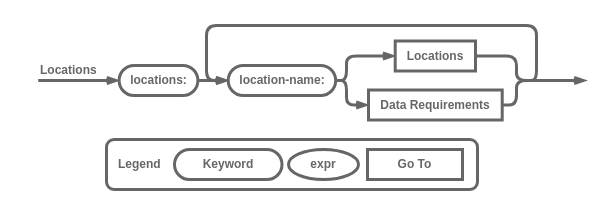
Earlier version of the draw.io diagram 3. Proyecto/metamodel/Railroad Locations Alt.drawio (MrDahaniel/StarDuck). Source tidied: cells renumbered, new cells numbered last; positions are measured from the earlier drawing's top-left corner, leaving out a move shared by most shapes. Both pictures are drawn from the tidied source at 100%, with x=0, y=0 at pixel (38, 25).
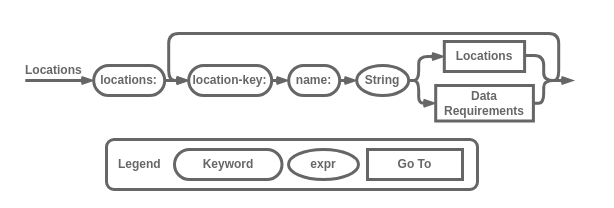
The same diagram, later.

Diff of the diagram source:
```diff
@@
-    <mxCell id="2" style="edgeStyle=orthogonalEdgeStyle;shape=connector;curved=0;rounded=0;jettySize=auto;html=1;exitX=0;exitY=0.5;exitDx=0;exitDy=0;labelBackgroundColor=default;strokeColor=#666666;strokeWidth=3;align=center;verticalAlign=middle;fontFamily=Helvetica;fontSize=11;fontColor=default;endArrow=none;endFill=0;startArrow=openThin;startFill=0;" parent="1" edge="1" source="3">
-      <mxGeometry relative="1" as="geometry">
-        <mxPoint x="-0.3" y="55" as="targetPoint" />
-      </mxGeometry>
-    </mxCell>
-    <mxCell id="3" value="&lt;b style=&quot;border-color: var(--border-color);&quot;&gt;&lt;font style=&quot;border-color: var(--border-color);&quot; color=&quot;#666666&quot;&gt;locations:&lt;/font&gt;&lt;/b&gt;" style="rounded=1;whiteSpace=wrap;html=1;strokeColor=#666666;fontFamily=Helvetica;fontSize=12;fontColor=#143642;fillColor=#ffffff;arcSize=50;fontStyle=0;shadow=0;labelBackgroundColor=none;align=center;verticalAlign=middle;strokeWidth=3;" parent="1" vertex="1">
-      <mxGeometry x="80.6" y="40" width="78.8" height="30" as="geometry" />
-    </mxCell>
-    <mxCell id="4" value="&lt;font size=&quot;1&quot; color=&quot;#666666&quot;&gt;&lt;b style=&quot;font-size: 12px;&quot;&gt;Locations&lt;/b&gt;&lt;/font&gt;" style="text;html=1;strokeColor=none;fillColor=none;align=left;verticalAlign=middle;whiteSpace=wrap;rounded=0;fontSize=11;fontFamily=Helvetica;fontColor=#333333;" parent="1" vertex="1">
-      <mxGeometry x="0.4" y="30" width="60" height="30" as="geometry" />
-    </mxCell>
@@
+    <mxCell id="2" style="edgeStyle=orthogonalEdgeStyle;shape=connector;curved=0;rounded=0;jettySize=auto;html=1;exitX=0;exitY=0.5;exitDx=0;exitDy=0;labelBackgroundColor=default;strokeColor=#666666;strokeWidth=3;align=center;verticalAlign=middle;fontFamily=Helvetica;fontSize=11;fontColor=default;endArrow=none;endFill=0;startArrow=openThin;startFill=0;" parent="1" edge="1" source="3">
+      <mxGeometry relative="1" as="geometry">
+        <mxPoint x="-13.2" y="55" as="targetPoint" />
+      </mxGeometry>
+    </mxCell>
+    <mxCell id="3" value="&lt;b style=&quot;border-color: var(--border-color);&quot;&gt;&lt;font style=&quot;border-color: var(--border-color);&quot; color=&quot;#666666&quot;&gt;locations:&lt;/font&gt;&lt;/b&gt;" style="rounded=1;whiteSpace=wrap;html=1;strokeColor=#666666;fontFamily=Helvetica;fontSize=12;fontColor=#143642;fillColor=#ffffff;arcSize=50;fontStyle=0;shadow=0;labelBackgroundColor=none;align=center;verticalAlign=middle;strokeWidth=3;" parent="1" vertex="1">
+      <mxGeometry x="55.2" y="40" width="71" height="30" as="geometry" />
+    </mxCell>
+    <mxCell id="4" value="&lt;font size=&quot;1&quot; color=&quot;#666666&quot;&gt;&lt;b style=&quot;font-size: 12px;&quot;&gt;Locations&lt;/b&gt;&lt;/font&gt;" style="text;html=1;strokeColor=none;fillColor=none;align=left;verticalAlign=middle;whiteSpace=wrap;rounded=0;fontSize=11;fontFamily=Helvetica;fontColor=#333333;" parent="1" vertex="1">
+      <mxGeometry x="-15" y="30" width="60" height="30" as="geometry" />
+    </mxCell>
-    <mxCell id="10" style="edgeStyle=orthogonalEdgeStyle;shape=connector;curved=0;rounded=1;jettySize=auto;html=1;exitX=1;exitY=0.5;exitDx=0;exitDy=0;labelBackgroundColor=default;strokeColor=#666666;strokeWidth=3;align=center;verticalAlign=middle;fontFamily=Helvetica;fontSize=11;fontColor=default;startArrow=none;startFill=0;endArrow=none;endFill=0;" parent="1" edge="1" source="17">
+    <mxCell id="10" style="edgeStyle=orthogonalEdgeStyle;shape=connector;curved=0;rounded=1;jettySize=auto;html=1;labelBackgroundColor=default;strokeColor=#666666;strokeWidth=3;align=center;verticalAlign=middle;fontFamily=Helvetica;fontSize=11;fontColor=default;startArrow=none;startFill=0;endArrow=none;endFill=0;" parent="1" edge="1" source="17">
       <mxGeometry relative="1" as="geometry">
-        <mxPoint x="518" y="55" as="targetPoint" />
+        <mxPoint x="525.2" y="55" as="targetPoint" />
         <Array as="points">
-          <mxPoint x="478" y="31" />
-          <mxPoint x="478" y="55" />
+          <mxPoint x="505.2" y="30" />
+          <mxPoint x="505.2" y="55" />
         </Array>
       </mxGeometry>
     </mxCell>
-    <mxCell id="11" style="edgeStyle=orthogonalEdgeStyle;shape=connector;curved=0;rounded=1;jettySize=auto;html=1;exitX=1;exitY=0.5;exitDx=0;exitDy=0;entryX=0;entryY=0.5;entryDx=0;entryDy=0;labelBackgroundColor=default;strokeColor=#666666;strokeWidth=3;align=center;verticalAlign=middle;fontFamily=Helvetica;fontSize=11;fontColor=default;startArrow=none;startFill=0;endArrow=openThin;endFill=0;" parent="1" edge="1" source="12" target="17">
-      <mxGeometry relative="1" as="geometry">
-        <Array as="points">
-          <mxPoint x="308" y="55" />
-          <mxPoint x="308" y="30" />
-          <mxPoint x="357" y="30" />
-        </Array>
-      </mxGeometry>
-    </mxCell>
-    <mxCell id="12" value="&lt;p&gt;&lt;font color=&quot;#666666&quot;&gt;&lt;b&gt;location-name:&lt;/b&gt;&lt;/font&gt;&lt;/p&gt;" style="rounded=1;whiteSpace=wrap;html=1;arcSize=50;fontStyle=0;fillColor=#ffffff;strokeColor=#666666;labelBackgroundColor=none;fontColor=#143642;strokeWidth=3;" parent="1" vertex="1">
-      <mxGeometry x="189.7" y="40" width="107.5" height="30" as="geometry" />
+    <mxCell id="12" value="&lt;p&gt;&lt;font color=&quot;#666666&quot;&gt;&lt;b&gt;location-key:&lt;/b&gt;&lt;/font&gt;&lt;/p&gt;" style="rounded=1;whiteSpace=wrap;html=1;arcSize=50;fontStyle=0;fillColor=#ffffff;strokeColor=#666666;labelBackgroundColor=none;fontColor=#143642;strokeWidth=3;" parent="1" vertex="1">
+      <mxGeometry x="150.2" y="40" width="83" height="30" as="geometry" />
     </mxCell>
     <mxCell id="13" style="edgeStyle=orthogonalEdgeStyle;shape=connector;curved=0;rounded=0;jettySize=auto;html=1;labelBackgroundColor=default;strokeColor=#666666;strokeWidth=3;align=center;verticalAlign=middle;fontFamily=Helvetica;fontSize=11;fontColor=default;startArrow=none;startFill=0;endArrow=openThin;endFill=0;" parent="1" edge="1" source="3" target="12">
       <mxGeometry relative="1" as="geometry">
         <Array as="points">
-          <mxPoint x="168" y="55" />
-          <mxPoint x="168" y="55" />
+          <mxPoint x="155.2" y="55" />
+          <mxPoint x="155.2" y="55" />
         </Array>
       </mxGeometry>
     </mxCell>
     <mxCell id="14" style="edgeStyle=orthogonalEdgeStyle;shape=connector;curved=0;rounded=1;jettySize=auto;html=1;exitX=1;exitY=0.5;exitDx=0;exitDy=0;labelBackgroundColor=default;strokeColor=#666666;strokeWidth=3;align=center;verticalAlign=middle;fontFamily=Helvetica;fontSize=11;fontColor=default;startArrow=none;startFill=0;endArrow=openThin;endFill=0;" parent="1" edge="1" source="18">
       <mxGeometry relative="1" as="geometry">
-        <mxPoint x="548" y="55" as="targetPoint" />
+        <mxPoint x="535.2" y="55" as="targetPoint" />
         <Array as="points">
-          <mxPoint x="478" y="80" />
-          <mxPoint x="478" y="55" />
+          <mxPoint x="505.2" y="78" />
+          <mxPoint x="505.2" y="55" />
         </Array>
       </mxGeometry>
     </mxCell>
-    <mxCell id="15" style="edgeStyle=orthogonalEdgeStyle;shape=connector;curved=0;rounded=1;jettySize=auto;html=1;exitX=1;exitY=0.5;exitDx=0;exitDy=0;entryX=0;entryY=0.5;entryDx=0;entryDy=0;labelBackgroundColor=default;strokeColor=#666666;strokeWidth=3;align=center;verticalAlign=middle;fontFamily=Helvetica;fontSize=11;fontColor=default;startArrow=none;startFill=0;endArrow=openThin;endFill=0;" parent="1" edge="1" source="12" target="18">
-      <mxGeometry relative="1" as="geometry">
-        <Array as="points">
-          <mxPoint x="308" y="55" />
-          <mxPoint x="308" y="80" />
-          <mxPoint x="330" y="80" />
-        </Array>
-      </mxGeometry>
-    </mxCell>
-    <mxCell id="16" style="group;" parent="1" vertex="1">
-      <mxGeometry x="330" y="15.5" width="133.7" height="79" as="geometry" />
-    </mxCell>
+    <mxCell id="20" style="edgeStyle=orthogonalEdgeStyle;shape=connector;curved=0;rounded=1;jettySize=auto;html=1;labelBackgroundColor=default;strokeColor=#666666;strokeWidth=3;fontFamily=Helvetica;fontSize=11;fontColor=default;startArrow=none;startFill=0;endArrow=openThin;endFill=0;" parent="1" edge="1" target="12">
+      <mxGeometry relative="1" as="geometry">
+        <mxPoint x="510.2" y="55" as="sourcePoint" />
+        <Array as="points">
+          <mxPoint x="520.2" y="55" />
+          <mxPoint x="520.2" y="8" />
+          <mxPoint x="130.2" y="8" />
+          <mxPoint x="130.2" y="55" />
+        </Array>
+      </mxGeometry>
+    </mxCell>
+    <mxCell id="21" value="&lt;p&gt;&lt;font color=&quot;#666666&quot;&gt;&lt;b&gt;name:&lt;/b&gt;&lt;/font&gt;&lt;/p&gt;" style="rounded=1;whiteSpace=wrap;html=1;arcSize=50;fontStyle=0;fillColor=#ffffff;strokeColor=#666666;labelBackgroundColor=none;fontColor=#143642;strokeWidth=3;" parent="1" vertex="1">
+      <mxGeometry x="250.2" y="40" width="51" height="30" as="geometry" />
+    </mxCell>
+    <mxCell id="22" style="edgeStyle=orthogonalEdgeStyle;shape=connector;curved=0;rounded=1;jettySize=auto;html=1;labelBackgroundColor=default;strokeColor=#666666;strokeWidth=3;fontFamily=Helvetica;fontSize=11;fontColor=default;startArrow=none;startFill=0;endArrow=openThin;endFill=0;" parent="1" edge="1" source="12" target="21">
+      <mxGeometry relative="1" as="geometry">
+        <Array as="points">
+          <mxPoint x="244.2" y="55" />
+          <mxPoint x="244.2" y="55" />
+        </Array>
+      </mxGeometry>
+    </mxCell>
+    <mxCell id="23" value="&lt;b style=&quot;border-color: var(--border-color); color: rgb(51, 51, 51);&quot;&gt;&lt;font style=&quot;border-color: var(--border-color);&quot; color=&quot;#666666&quot;&gt;String&lt;/font&gt;&lt;/b&gt;" style="ellipse;whiteSpace=wrap;html=1;rounded=1;labelBackgroundColor=none;strokeColor=#666666;fontFamily=Helvetica;fontSize=12;fontColor=default;fillColor=default;strokeWidth=3;" parent="1" vertex="1">
+      <mxGeometry x="318.2" y="40" width="52" height="30" as="geometry" />
+    </mxCell>
+    <mxCell id="24" style="edgeStyle=orthogonalEdgeStyle;shape=connector;curved=0;rounded=1;jettySize=auto;html=1;labelBackgroundColor=default;strokeColor=#666666;strokeWidth=3;fontFamily=Helvetica;fontSize=11;fontColor=default;startArrow=none;startFill=0;endArrow=openThin;endFill=0;" parent="1" edge="1" source="21" target="23">
+      <mxGeometry relative="1" as="geometry">
+        <Array as="points">
+          <mxPoint x="319.2" y="55" />
+          <mxPoint x="319.2" y="55" />
+        </Array>
+      </mxGeometry>
+    </mxCell>
-    <mxCell id="17" value="&lt;b style=&quot;border-color: var(--border-color); color: rgb(51, 51, 51);&quot;&gt;&lt;font style=&quot;border-color: var(--border-color);&quot; color=&quot;#666666&quot;&gt;Locations&lt;/font&gt;&lt;/b&gt;" style="rounded=1;whiteSpace=wrap;html=1;strokeColor=#666666;fontFamily=Helvetica;fontSize=12;fontColor=#143642;fillColor=#FFFFFF;arcSize=0;fontStyle=0;shadow=0;labelBackgroundColor=none;strokeWidth=3;" parent="16" vertex="1">
-      <mxGeometry x="26.7" width="80.3" height="30" as="geometry" />
+    <mxCell id="17" value="&lt;b style=&quot;border-color: var(--border-color); color: rgb(51, 51, 51);&quot;&gt;&lt;font style=&quot;border-color: var(--border-color);&quot; color=&quot;#666666&quot;&gt;Locations&lt;/font&gt;&lt;/b&gt;" style="rounded=1;whiteSpace=wrap;html=1;strokeColor=#666666;fontFamily=Helvetica;fontSize=12;fontColor=#143642;fillColor=#FFFFFF;arcSize=0;fontStyle=0;shadow=0;labelBackgroundColor=none;strokeWidth=3;" parent="1" vertex="1">
+      <mxGeometry x="405.8" y="16" width="80.3" height="30" as="geometry" />
     </mxCell>
+    <mxCell id="25" style="edgeStyle=orthogonalEdgeStyle;shape=connector;curved=0;rounded=1;jettySize=auto;html=1;entryX=0;entryY=0.5;entryDx=0;entryDy=0;labelBackgroundColor=default;strokeColor=#666666;strokeWidth=3;fontFamily=Helvetica;fontSize=11;fontColor=default;startArrow=none;startFill=0;endArrow=openThin;endFill=0;" parent="1" edge="1" source="23" target="17">
+      <mxGeometry relative="1" as="geometry">
+        <Array as="points">
+          <mxPoint x="380.2" y="55" />
+          <mxPoint x="380.2" y="31" />
+        </Array>
+      </mxGeometry>
+    </mxCell>
-    <mxCell id="18" value="&lt;b style=&quot;border-color: var(--border-color); color: rgb(51, 51, 51);&quot;&gt;&lt;font style=&quot;border-color: var(--border-color);&quot; color=&quot;#666666&quot;&gt;Data Requirements&lt;/font&gt;&lt;/b&gt;" style="rounded=1;whiteSpace=wrap;html=1;strokeColor=#666666;fontFamily=Helvetica;fontSize=12;fontColor=#143642;fillColor=#FFFFFF;arcSize=0;fontStyle=0;shadow=0;labelBackgroundColor=none;strokeWidth=3;" parent="16" vertex="1">
-      <mxGeometry y="49" width="133.7" height="30" as="geometry" />
+    <mxCell id="18" value="&lt;b style=&quot;border-color: var(--border-color); color: rgb(51, 51, 51);&quot;&gt;&lt;font style=&quot;border-color: var(--border-color);&quot; color=&quot;#666666&quot;&gt;Data &lt;br&gt;Requirements&lt;/font&gt;&lt;/b&gt;" style="rounded=1;whiteSpace=wrap;html=1;strokeColor=#666666;fontFamily=Helvetica;fontSize=12;fontColor=#143642;fillColor=#FFFFFF;arcSize=0;fontStyle=0;shadow=0;labelBackgroundColor=none;strokeWidth=3;" parent="1" vertex="1">
+      <mxGeometry x="397.2" y="60" width="97.7" height="35.5" as="geometry" />
     </mxCell>
-    <mxCell id="19" style="edgeStyle=orthogonalEdgeStyle;shape=connector;curved=0;rounded=1;jettySize=auto;html=1;entryX=0;entryY=0.5;entryDx=0;entryDy=0;labelBackgroundColor=default;strokeColor=#666666;strokeWidth=3;fontFamily=Helvetica;fontSize=11;fontColor=default;startArrow=none;startFill=0;endArrow=openThin;endFill=0;" parent="1" edge="1" target="12">
-      <mxGeometry relative="1" as="geometry">
-        <mxPoint x="488" y="55" as="sourcePoint" />
-        <Array as="points">
-          <mxPoint x="498" y="55" />
-          <mxPoint x="498" />
-          <mxPoint x="168" />
-          <mxPoint x="168" y="55" />
-        </Array>
-      </mxGeometry>
-    </mxCell>
+    <mxCell id="26" style="edgeStyle=orthogonalEdgeStyle;shape=connector;curved=0;rounded=1;jettySize=auto;html=1;exitX=1;exitY=0.5;exitDx=0;exitDy=0;entryX=0;entryY=0.5;entryDx=0;entryDy=0;labelBackgroundColor=default;strokeColor=#666666;strokeWidth=3;fontFamily=Helvetica;fontSize=11;fontColor=default;startArrow=none;startFill=0;endArrow=openThin;endFill=0;" parent="1" edge="1" source="23" target="18">
+      <mxGeometry relative="1" as="geometry">
+        <Array as="points">
+          <mxPoint x="380.2" y="55" />
+          <mxPoint x="380.2" y="78" />
+        </Array>
+      </mxGeometry>
+    </mxCell>
```
